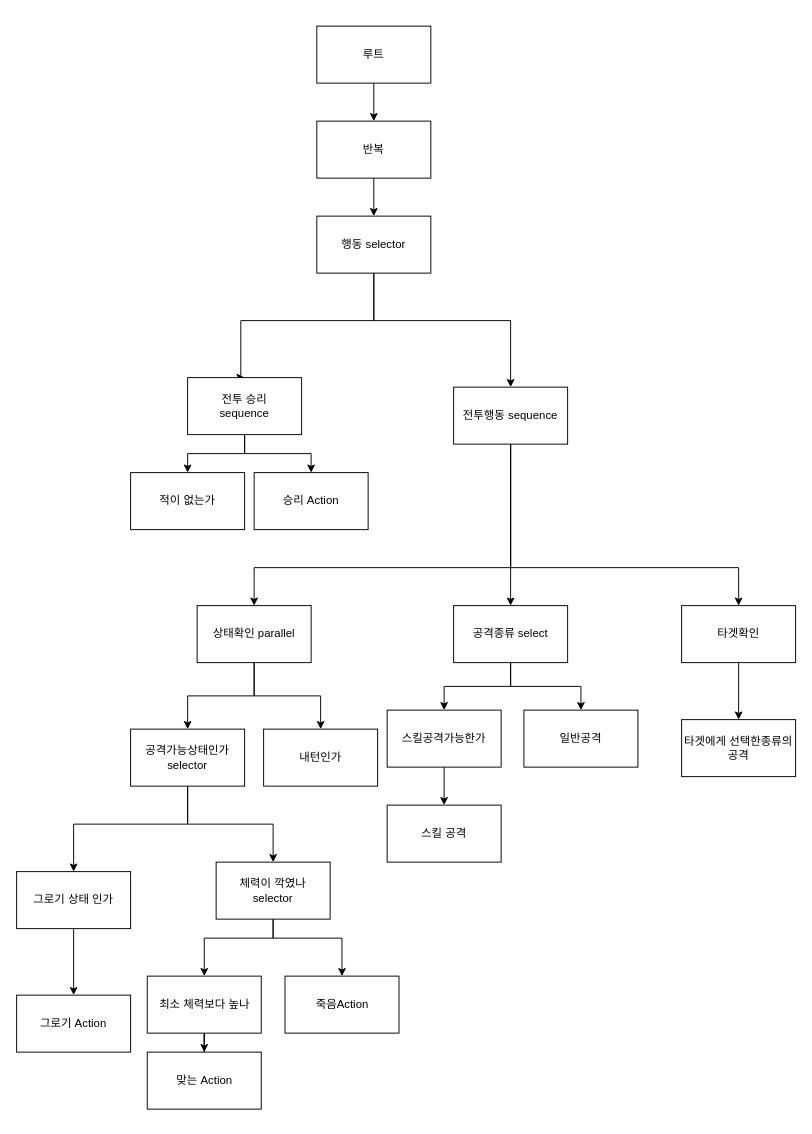
The draw.io diagram BT.drawio in JeongJunSoo94/NeglectTypeRPGGameLP, before the edit. Source tidied: cells renumbered, new cells numbered last; positions are measured from the earlier drawing's top-left corner, leaving out a move shared by most shapes. Both pictures are drawn from the tidied source at 95%, with x=0, y=0 at pixel (16, 26).
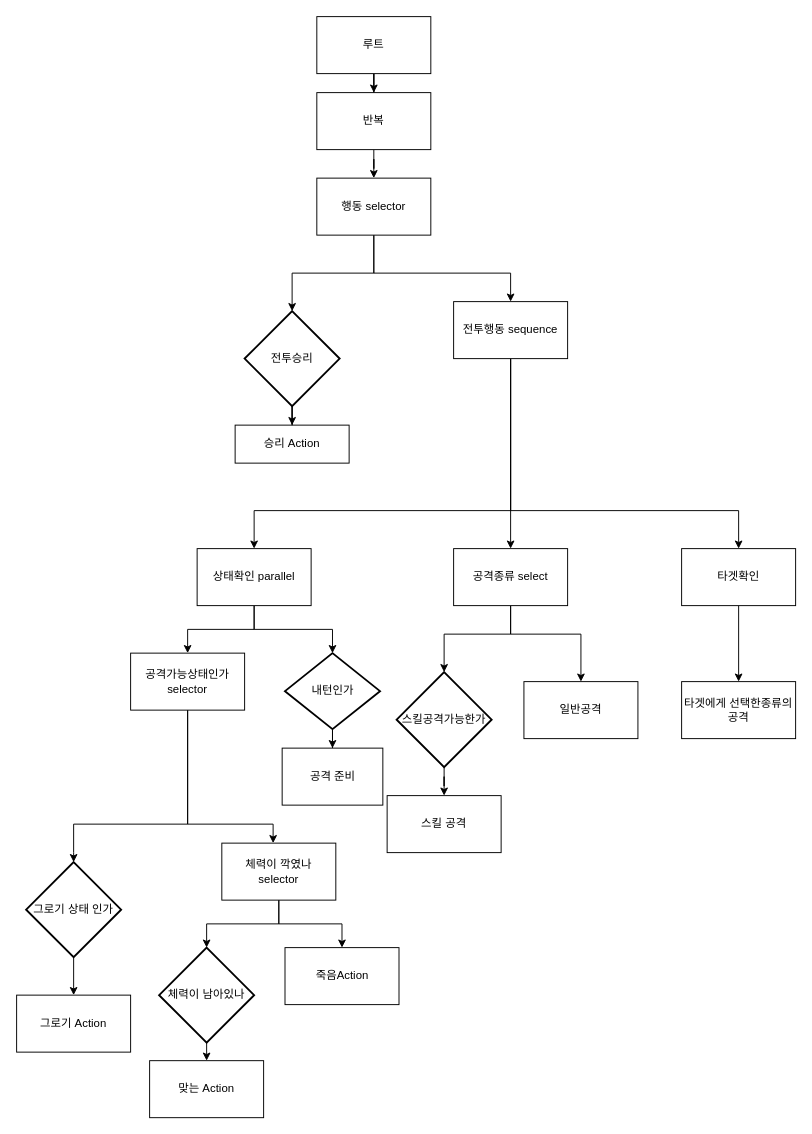
After the change.

Unchanged cells that the change refers to:
```xml
<mxCell id="39" value="그로기 Action" style="rounded=0;whiteSpace=wrap;html=1;" parent="1" vertex="1">
  <mxGeometry y="1020" width="120" height="60" as="geometry" />
</mxCell>
```

The edit, as a diff of the source:
```diff
@@
     <mxCell id="3" value="루트" style="rounded=0;whiteSpace=wrap;html=1;" parent="1" vertex="1">
-      <mxGeometry x="316" width="120" height="60" as="geometry" />
+      <mxGeometry x="316" y="-10" width="120" height="60" as="geometry" />
     </mxCell>
@@
     <mxCell id="5" value="반복" style="rounded=0;whiteSpace=wrap;html=1;" parent="1" vertex="1">
-      <mxGeometry x="316" y="100" width="120" height="60" as="geometry" />
+      <mxGeometry x="316" y="70" width="120" height="60" as="geometry" />
     </mxCell>
@@
     <mxCell id="7" value="타겟확인" style="rounded=0;whiteSpace=wrap;html=1;" parent="1" vertex="1">
-      <mxGeometry x="700" y="610" width="120" height="60" as="geometry" />
+      <mxGeometry x="700" y="550" width="120" height="60" as="geometry" />
     </mxCell>
-    <mxCell id="8" style="edgeStyle=orthogonalEdgeStyle;rounded=0;jettySize=auto;html=1;" parent="1" edge="1" source="10" target="15">
-      <mxGeometry relative="1" as="geometry" />
+    <mxCell id="8" style="edgeStyle=orthogonalEdgeStyle;rounded=0;jettySize=auto;html=1;entryX=0.5;entryY=0;entryDx=0;entryDy=0;entryPerimeter=0;" parent="1" edge="1" source="10" target="15">
+      <mxGeometry relative="1" as="geometry">
+        <Array as="points">
+          <mxPoint x="520" y="640" />
+          <mxPoint x="450" y="640" />
+        </Array>
+      </mxGeometry>
     </mxCell>
     <mxCell id="9" style="edgeStyle=orthogonalEdgeStyle;rounded=0;jettySize=auto;html=1;exitX=0.5;exitY=1;exitDx=0;exitDy=0;" parent="1" edge="1" source="10" target="16">
-      <mxGeometry relative="1" as="geometry" />
+      <mxGeometry relative="1" as="geometry">
+        <Array as="points">
+          <mxPoint x="520" y="640" />
+          <mxPoint x="594" y="640" />
+        </Array>
+      </mxGeometry>
     </mxCell>
     <mxCell id="10" value="공격종류 select" style="rounded=0;whiteSpace=wrap;html=1;" parent="1" vertex="1">
-      <mxGeometry x="460" y="610" width="120" height="60" as="geometry" />
+      <mxGeometry x="460" y="550" width="120" height="60" as="geometry" />
     </mxCell>
-    <mxCell id="11" style="edgeStyle=orthogonalEdgeStyle;rounded=0;jettySize=auto;html=1;" parent="1" edge="1" source="13" target="21">
+    <mxCell id="11" style="edgeStyle=orthogonalEdgeStyle;rounded=0;jettySize=auto;html=1;entryX=0.5;entryY=0;entryDx=0;entryDy=0;entryPerimeter=0;" parent="1" edge="1" source="13" target="21">
       <mxGeometry relative="1" as="geometry" />
     </mxCell>
@@
     <mxCell id="13" value="상태확인 parallel" style="rounded=0;whiteSpace=wrap;html=1;" parent="1" vertex="1">
-      <mxGeometry x="190" y="610" width="120" height="60" as="geometry" />
+      <mxGeometry x="190" y="550" width="120" height="60" as="geometry" />
     </mxCell>
-    <mxCell id="14" style="edgeStyle=orthogonalEdgeStyle;rounded=0;jettySize=auto;html=1;" parent="1" edge="1" source="15" target="43">
+    <mxCell id="14" style="edgeStyle=orthogonalEdgeStyle;rounded=0;jettySize=auto;html=1;exitX=0.5;exitY=1;exitDx=0;exitDy=0;exitPerimeter=0;" parent="1" edge="1" source="15" target="43">
       <mxGeometry relative="1" as="geometry" />
     </mxCell>
-    <mxCell id="15" value="스킬공격가능한가" style="rounded=0;whiteSpace=wrap;html=1;" parent="1" vertex="1">
-      <mxGeometry x="390" y="720" width="120" height="60" as="geometry" />
-    </mxCell>
     <mxCell id="16" value="일반공격" style="rounded=0;whiteSpace=wrap;html=1;" parent="1" vertex="1">
-      <mxGeometry x="534" y="720" width="120" height="60" as="geometry" />
+      <mxGeometry x="534" y="690" width="120" height="60" as="geometry" />
     </mxCell>
     <mxCell id="17" style="edgeStyle=orthogonalEdgeStyle;rounded=0;jettySize=auto;html=1;" parent="1" edge="1" source="20" target="13">
       <mxGeometry relative="1" as="geometry">
         <Array as="points">
-          <mxPoint x="520" y="570" />
-          <mxPoint x="250" y="570" />
+          <mxPoint x="520" y="510" />
+          <mxPoint x="250" y="510" />
         </Array>
       </mxGeometry>
     </mxCell>
     <mxCell id="18" style="edgeStyle=orthogonalEdgeStyle;rounded=0;jettySize=auto;html=1;entryX=0.5;entryY=0;entryDx=0;entryDy=0;" parent="1" edge="1" source="20" target="7">
       <mxGeometry relative="1" as="geometry">
         <Array as="points">
-          <mxPoint x="520" y="570" />
-          <mxPoint x="760" y="570" />
+          <mxPoint x="520" y="510" />
+          <mxPoint x="760" y="510" />
         </Array>
       </mxGeometry>
     </mxCell>
     <mxCell id="19" style="edgeStyle=orthogonalEdgeStyle;rounded=0;jettySize=auto;html=1;entryX=0.5;entryY=0;entryDx=0;entryDy=0;" parent="1" edge="1" source="20" target="10">
       <mxGeometry relative="1" as="geometry">
         <Array as="points">
-          <mxPoint x="520" y="600" />
-          <mxPoint x="520" y="600" />
+          <mxPoint x="520" y="460" />
+          <mxPoint x="520" y="460" />
         </Array>
       </mxGeometry>
     </mxCell>
     <mxCell id="20" value="전투행동 sequence" style="rounded=0;whiteSpace=wrap;html=1;" parent="1" vertex="1">
-      <mxGeometry x="460" y="380" width="120" height="60" as="geometry" />
+      <mxGeometry x="460" y="290" width="120" height="60" as="geometry" />
     </mxCell>
-    <mxCell id="21" value="내턴인가" style="rounded=0;whiteSpace=wrap;html=1;" parent="1" vertex="1">
-      <mxGeometry x="260" y="740" width="120" height="60" as="geometry" />
-    </mxCell>
     <mxCell id="22" style="edgeStyle=orthogonalEdgeStyle;rounded=0;jettySize=auto;html=1;" parent="1" edge="1" source="24" target="36">
-      <mxGeometry relative="1" as="geometry" />
+      <mxGeometry relative="1" as="geometry">
+        <Array as="points">
+          <mxPoint x="180" y="840" />
+          <mxPoint x="270" y="840" />
+        </Array>
+      </mxGeometry>
     </mxCell>
-    <mxCell id="23" style="edgeStyle=orthogonalEdgeStyle;rounded=0;jettySize=auto;html=1;entryX=0.5;entryY=0;entryDx=0;entryDy=0;" parent="1" edge="1" source="24" target="38">
+    <mxCell id="23" style="edgeStyle=orthogonalEdgeStyle;rounded=0;jettySize=auto;html=1;entryX=0.5;entryY=0;entryDx=0;entryDy=0;entryPerimeter=0;" parent="1" edge="1" source="24" target="38">
       <mxGeometry relative="1" as="geometry">
         <Array as="points">
           <mxPoint x="180" y="840" />
           <mxPoint x="60" y="840" />
+          <mxPoint x="60" y="870" />
         </Array>
       </mxGeometry>
     </mxCell>
     <mxCell id="24" value="공격가능상태인가&lt;br&gt;selector" style="rounded=0;whiteSpace=wrap;html=1;" parent="1" vertex="1">
-      <mxGeometry x="120" y="740" width="120" height="60" as="geometry" />
+      <mxGeometry x="120" y="660" width="120" height="60" as="geometry" />
     </mxCell>
     <mxCell id="25" value="타겟에게 선택한종류의 공격" style="rounded=0;whiteSpace=wrap;html=1;" parent="1" vertex="1">
-      <mxGeometry x="700" y="730" width="120" height="60" as="geometry" />
+      <mxGeometry x="700" y="690" width="120" height="60" as="geometry" />
     </mxCell>
     <mxCell id="26" style="edgeStyle=orthogonalEdgeStyle;rounded=0;jettySize=auto;html=1;entryX=0.5;entryY=0;entryDx=0;entryDy=0;" parent="1" edge="1" source="28" target="20">
       <mxGeometry relative="1" as="geometry">
         <Array as="points">
-          <mxPoint x="376" y="310" />
-          <mxPoint x="520" y="310" />
+          <mxPoint x="376" y="260" />
+          <mxPoint x="520" y="260" />
         </Array>
       </mxGeometry>
     </mxCell>
-    <mxCell id="27" style="edgeStyle=orthogonalEdgeStyle;rounded=0;jettySize=auto;html=1;entryX=0.5;entryY=0;entryDx=0;entryDy=0;" parent="1" edge="1" source="28" target="31">
-      <mxGeometry relative="1" as="geometry">
-        <Array as="points">
-          <mxPoint x="376" y="310" />
-          <mxPoint x="236" y="310" />
-          <mxPoint x="236" y="370" />
-        </Array>
-      </mxGeometry>
-    </mxCell>
+    <mxCell id="45" style="edgeStyle=orthogonalEdgeStyle;rounded=0;jettySize=auto;html=1;" parent="1" edge="1" source="28" target="48">
+      <mxGeometry relative="1" as="geometry" />
+    </mxCell>
     <mxCell id="28" value="행동 selector" style="rounded=0;whiteSpace=wrap;html=1;" parent="1" vertex="1">
-      <mxGeometry x="316" y="200" width="120" height="60" as="geometry" />
+      <mxGeometry x="316" y="160" width="120" height="60" as="geometry" />
     </mxCell>
-    <mxCell id="29" style="edgeStyle=orthogonalEdgeStyle;rounded=0;jettySize=auto;html=1;" parent="1" edge="1" source="31" target="32">
-      <mxGeometry relative="1" as="geometry" />
-    </mxCell>
-    <mxCell id="30" style="edgeStyle=orthogonalEdgeStyle;rounded=0;jettySize=auto;html=1;entryX=0.5;entryY=0;entryDx=0;entryDy=0;" parent="1" edge="1" source="31" target="33">
-      <mxGeometry relative="1" as="geometry" />
-    </mxCell>
-    <mxCell id="31" value="전투 승리&lt;br&gt;sequence" style="rounded=0;whiteSpace=wrap;html=1;" parent="1" vertex="1">
-      <mxGeometry x="180" y="370" width="120" height="60" as="geometry" />
-    </mxCell>
-    <mxCell id="32" value="적이 없는가" style="rounded=0;whiteSpace=wrap;html=1;" parent="1" vertex="1">
-      <mxGeometry x="120" y="470" width="120" height="60" as="geometry" />
-    </mxCell>
     <mxCell id="33" value="승리 Action" style="rounded=0;whiteSpace=wrap;html=1;" parent="1" vertex="1">
-      <mxGeometry x="250" y="470" width="120" height="60" as="geometry" />
+      <mxGeometry x="230" y="420" width="120" height="40" as="geometry" />
     </mxCell>
-    <mxCell id="34" style="edgeStyle=orthogonalEdgeStyle;rounded=0;jettySize=auto;html=1;entryX=0.5;entryY=0;entryDx=0;entryDy=0;exitX=0.5;exitY=1;exitDx=0;exitDy=0;" parent="1" edge="1" source="36" target="41">
-      <mxGeometry relative="1" as="geometry">
-        <Array as="points">
-          <mxPoint x="270" y="960" />
-          <mxPoint x="198" y="960" />
-        </Array>
-      </mxGeometry>
-    </mxCell>
-    <mxCell id="35" style="edgeStyle=orthogonalEdgeStyle;rounded=0;jettySize=auto;html=1;entryX=0.5;entryY=0;entryDx=0;entryDy=0;exitX=0.5;exitY=1;exitDx=0;exitDy=0;" parent="1" edge="1" source="36" target="42">
-      <mxGeometry relative="1" as="geometry">
-        <Array as="points">
-          <mxPoint x="270" y="940" />
-          <mxPoint x="270" y="960" />
-          <mxPoint x="343" y="960" />
-        </Array>
-      </mxGeometry>
+    <mxCell id="35" style="edgeStyle=orthogonalEdgeStyle;rounded=0;jettySize=auto;html=1;" parent="1" edge="1" source="36" target="42">
+      <mxGeometry relative="1" as="geometry" />
     </mxCell>
+    <mxCell id="46" style="edgeStyle=orthogonalEdgeStyle;rounded=0;jettySize=auto;html=1;entryX=0.5;entryY=0;entryDx=0;entryDy=0;entryPerimeter=0;" parent="1" edge="1" source="36" target="49">
+      <mxGeometry relative="1" as="geometry" />
+    </mxCell>
     <mxCell id="36" value="체력이 깍였나&lt;br&gt;selector" style="rounded=0;whiteSpace=wrap;html=1;" parent="1" vertex="1">
-      <mxGeometry x="210" y="880" width="120" height="60" as="geometry" />
+      <mxGeometry x="216" y="860" width="120" height="60" as="geometry" />
     </mxCell>
-    <mxCell id="37" style="edgeStyle=orthogonalEdgeStyle;rounded=0;jettySize=auto;html=1;entryX=0.5;entryY=0;entryDx=0;entryDy=0;" parent="1" edge="1" source="38" target="39">
+    <mxCell id="37" style="edgeStyle=orthogonalEdgeStyle;rounded=0;jettySize=auto;html=1;entryX=0.5;entryY=0;entryDx=0;entryDy=0;exitX=0.5;exitY=1;exitDx=0;exitDy=0;exitPerimeter=0;" parent="1" edge="1" source="38" target="39">
       <mxGeometry relative="1" as="geometry" />
     </mxCell>
-    <mxCell id="38" value="그로기 상태 인가" style="rounded=0;whiteSpace=wrap;html=1;" parent="1" vertex="1">
-      <mxGeometry y="890" width="120" height="60" as="geometry" />
-    </mxCell>
@@
-    <mxCell id="40" style="edgeStyle=orthogonalEdgeStyle;rounded=0;jettySize=auto;html=1;entryX=0.5;entryY=0;entryDx=0;entryDy=0;" parent="1" edge="1" source="41" target="44">
+    <mxCell id="40" style="edgeStyle=orthogonalEdgeStyle;rounded=0;jettySize=auto;html=1;entryX=0.5;entryY=0;entryDx=0;entryDy=0;exitX=0.5;exitY=1;exitDx=0;exitDy=0;exitPerimeter=0;" parent="1" edge="1" source="49" target="44">
       <mxGeometry relative="1" as="geometry" />
     </mxCell>
-    <mxCell id="41" value="최소 체력보다 높나" style="rounded=0;whiteSpace=wrap;html=1;" parent="1" vertex="1">
-      <mxGeometry x="137.5" y="1000" width="120" height="60" as="geometry" />
-    </mxCell>
     <mxCell id="42" value="죽음Action" style="rounded=0;whiteSpace=wrap;html=1;" parent="1" vertex="1">
-      <mxGeometry x="282.5" y="1000" width="120" height="60" as="geometry" />
+      <mxGeometry x="282.5" y="970" width="120" height="60" as="geometry" />
     </mxCell>
     <mxCell id="43" value="스킬 공격" style="rounded=0;whiteSpace=wrap;html=1;" parent="1" vertex="1">
-      <mxGeometry x="390" y="820" width="120" height="60" as="geometry" />
+      <mxGeometry x="390" y="810" width="120" height="60" as="geometry" />
     </mxCell>
     <mxCell id="44" value="맞는 Action" style="rounded=0;whiteSpace=wrap;html=1;" parent="1" vertex="1">
-      <mxGeometry x="137.5" y="1080" width="120" height="60" as="geometry" />
+      <mxGeometry x="140" y="1089" width="120" height="60" as="geometry" />
     </mxCell>
+    <mxCell id="47" style="edgeStyle=orthogonalEdgeStyle;rounded=0;jettySize=auto;html=1;entryX=0.5;entryY=0;entryDx=0;entryDy=0;" parent="1" edge="1" source="48" target="33">
+      <mxGeometry relative="1" as="geometry" />
+    </mxCell>
+    <mxCell id="48" value="전투승리" style="strokeWidth=2;html=1;shape=mxgraph.flowchart.decision;whiteSpace=wrap;" parent="1" vertex="1">
+      <mxGeometry x="240" y="300" width="100" height="100" as="geometry" />
+    </mxCell>
+    <mxCell id="38" value="그로기 상태 인가" style="strokeWidth=2;html=1;shape=mxgraph.flowchart.decision;whiteSpace=wrap;" parent="1" vertex="1">
+      <mxGeometry x="10" y="880" width="100" height="100" as="geometry" />
+    </mxCell>
+    <mxCell id="49" value="체력이 남아있나" style="strokeWidth=2;html=1;shape=mxgraph.flowchart.decision;whiteSpace=wrap;" parent="1" vertex="1">
+      <mxGeometry x="150" y="970" width="100" height="100" as="geometry" />
+    </mxCell>
+    <mxCell id="15" value="스킬공격가능한가" style="strokeWidth=2;html=1;shape=mxgraph.flowchart.decision;whiteSpace=wrap;" parent="1" vertex="1">
+      <mxGeometry x="400" y="680" width="100" height="100" as="geometry" />
+    </mxCell>
+    <mxCell id="50" style="edgeStyle=orthogonalEdgeStyle;rounded=0;jettySize=auto;html=1;" parent="1" edge="1" source="21" target="51">
+      <mxGeometry relative="1" as="geometry" />
+    </mxCell>
+    <mxCell id="21" value="내턴인가" style="strokeWidth=2;html=1;shape=mxgraph.flowchart.decision;whiteSpace=wrap;" parent="1" vertex="1">
+      <mxGeometry x="282.5" y="660" width="100" height="80" as="geometry" />
+    </mxCell>
+    <mxCell id="51" value="공격 준비" style="rounded=0;whiteSpace=wrap;html=1;" parent="1" vertex="1">
+      <mxGeometry x="279.5" y="760" width="106" height="60" as="geometry" />
+    </mxCell>
```
